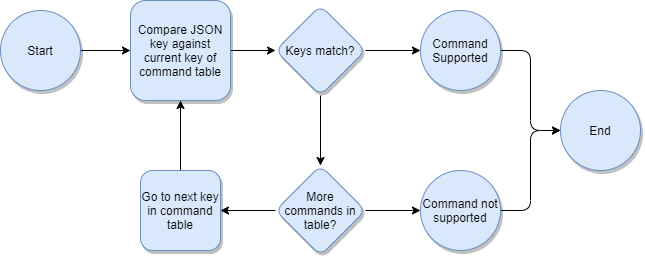
Earlier version of the draw.io export resources/drawio-diagrams/subprocess-1.2.1-check-if-json-command-supported.png (DalhousieSpaceSystemsLab/CubeSat-ADCS-Firmware). Source tidied: cells renumbered, new cells last; positions are measured from the earlier drawing's top-left corner, leaving out a move shared by most shapes. Its diagram source:
```xml
<mxGraphModel>
  <root>
    <mxCell id="0" />
    <mxCell id="1" parent="0" />
    <mxCell id="2" style="edgeStyle=orthogonalEdgeStyle;rounded=1;jettySize=auto;html=1;exitX=1;exitY=0.5;exitDx=0;exitDy=0;entryX=0;entryY=0.5;entryDx=0;entryDy=0;" parent="1" edge="1" source="3" target="5">
      <mxGeometry relative="1" as="geometry" />
    </mxCell>
    <mxCell id="3" value="Start" style="ellipse;whiteSpace=wrap;html=1;fillColor=#dae8fc;strokeColor=#6c8ebf;shadow=1;" parent="1" vertex="1">
      <mxGeometry y="10" width="80" height="80" as="geometry" />
    </mxCell>
    <mxCell id="4" style="edgeStyle=orthogonalEdgeStyle;rounded=0;jettySize=auto;html=1;" parent="1" edge="1" source="5" target="10">
      <mxGeometry relative="1" as="geometry" />
    </mxCell>
    <mxCell id="5" value="Compare JSON key against current key of command table" style="whiteSpace=wrap;html=1;shadow=1;fillColor=#dae8fc;strokeColor=#6c8ebf;rounded=1;" parent="1" vertex="1">
      <mxGeometry x="130" width="100" height="100" as="geometry" />
    </mxCell>
    <mxCell id="6" style="edgeStyle=orthogonalEdgeStyle;rounded=0;jettySize=auto;html=1;exitX=0.5;exitY=0;exitDx=0;exitDy=0;" parent="1" edge="1" source="7" target="5">
      <mxGeometry relative="1" as="geometry" />
    </mxCell>
    <mxCell id="7" value="Go to next key in command table" style="whiteSpace=wrap;html=1;shadow=1;fillColor=#dae8fc;strokeColor=#6c8ebf;rounded=1;" parent="1" vertex="1">
      <mxGeometry x="140" y="170" width="80" height="80" as="geometry" />
    </mxCell>
    <mxCell id="8" style="edgeStyle=orthogonalEdgeStyle;rounded=0;jettySize=auto;html=1;" parent="1" edge="1" source="10" target="13">
      <mxGeometry relative="1" as="geometry" />
    </mxCell>
    <mxCell id="9" style="edgeStyle=orthogonalEdgeStyle;rounded=0;jettySize=auto;html=1;exitX=1;exitY=0.5;exitDx=0;exitDy=0;" parent="1" edge="1" source="10" target="15">
      <mxGeometry relative="1" as="geometry" />
    </mxCell>
    <mxCell id="10" value="Keys match?" style="rhombus;whiteSpace=wrap;html=1;rounded=1;shadow=1;strokeColor=#6c8ebf;fillColor=#dae8fc;" parent="1" vertex="1">
      <mxGeometry x="275" y="5" width="90" height="90" as="geometry" />
    </mxCell>
    <mxCell id="11" style="edgeStyle=orthogonalEdgeStyle;rounded=0;jettySize=auto;html=1;entryX=1;entryY=0.5;entryDx=0;entryDy=0;" parent="1" edge="1" source="13" target="7">
      <mxGeometry relative="1" as="geometry" />
    </mxCell>
    <mxCell id="12" style="edgeStyle=orthogonalEdgeStyle;rounded=0;jettySize=auto;html=1;exitX=1;exitY=0.5;exitDx=0;exitDy=0;entryX=0;entryY=0.5;entryDx=0;entryDy=0;" parent="1" edge="1" source="13" target="17">
      <mxGeometry relative="1" as="geometry" />
    </mxCell>
    <mxCell id="13" value="More commands in table?" style="rhombus;whiteSpace=wrap;html=1;rounded=1;shadow=1;strokeColor=#6c8ebf;fillColor=#dae8fc;" parent="1" vertex="1">
      <mxGeometry x="275" y="165" width="90" height="90" as="geometry" />
    </mxCell>
    <mxCell id="14" style="edgeStyle=orthogonalEdgeStyle;rounded=1;jettySize=auto;html=1;" parent="1" edge="1" source="15" target="18">
      <mxGeometry relative="1" as="geometry" />
    </mxCell>
    <mxCell id="15" value="Command Supported" style="ellipse;whiteSpace=wrap;html=1;fillColor=#dae8fc;strokeColor=#6c8ebf;shadow=1;" parent="1" vertex="1">
      <mxGeometry x="420" y="10" width="80" height="80" as="geometry" />
    </mxCell>
    <mxCell id="16" style="edgeStyle=orthogonalEdgeStyle;rounded=1;jettySize=auto;html=1;exitX=1;exitY=0.5;exitDx=0;exitDy=0;entryX=0;entryY=0.5;entryDx=0;entryDy=0;" parent="1" edge="1" source="17" target="18">
      <mxGeometry relative="1" as="geometry" />
    </mxCell>
    <mxCell id="17" value="Command not supported" style="ellipse;whiteSpace=wrap;html=1;fillColor=#dae8fc;strokeColor=#6c8ebf;shadow=1;" parent="1" vertex="1">
      <mxGeometry x="420" y="170" width="80" height="80" as="geometry" />
    </mxCell>
    <mxCell id="18" value="End" style="ellipse;whiteSpace=wrap;html=1;fillColor=#dae8fc;strokeColor=#6c8ebf;shadow=1;" parent="1" vertex="1">
      <mxGeometry x="560" y="90" width="80" height="80" as="geometry" />
    </mxCell>
  </root>
</mxGraphModel>
```
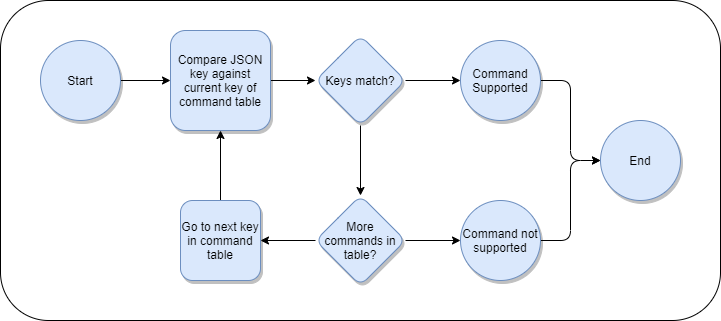
After the change.

The edit, as a diff of the source:
```diff
@@ -2,6 +2,9 @@
   <root>
     <mxCell id="0" />
     <mxCell id="1" parent="0" />
+    <mxCell id="19" style="rounded=1;whiteSpace=wrap;html=1;" parent="1" vertex="1">
+      <mxGeometry x="-40" y="-30" width="720" height="320" as="geometry" />
+    </mxCell>
     <mxCell id="2" style="edgeStyle=orthogonalEdgeStyle;rounded=1;jettySize=auto;html=1;exitX=1;exitY=0.5;exitDx=0;exitDy=0;entryX=0;entryY=0.5;entryDx=0;entryDy=0;" parent="1" edge="1" source="3" target="5">
       <mxGeometry relative="1" as="geometry" />
     </mxCell>
```
